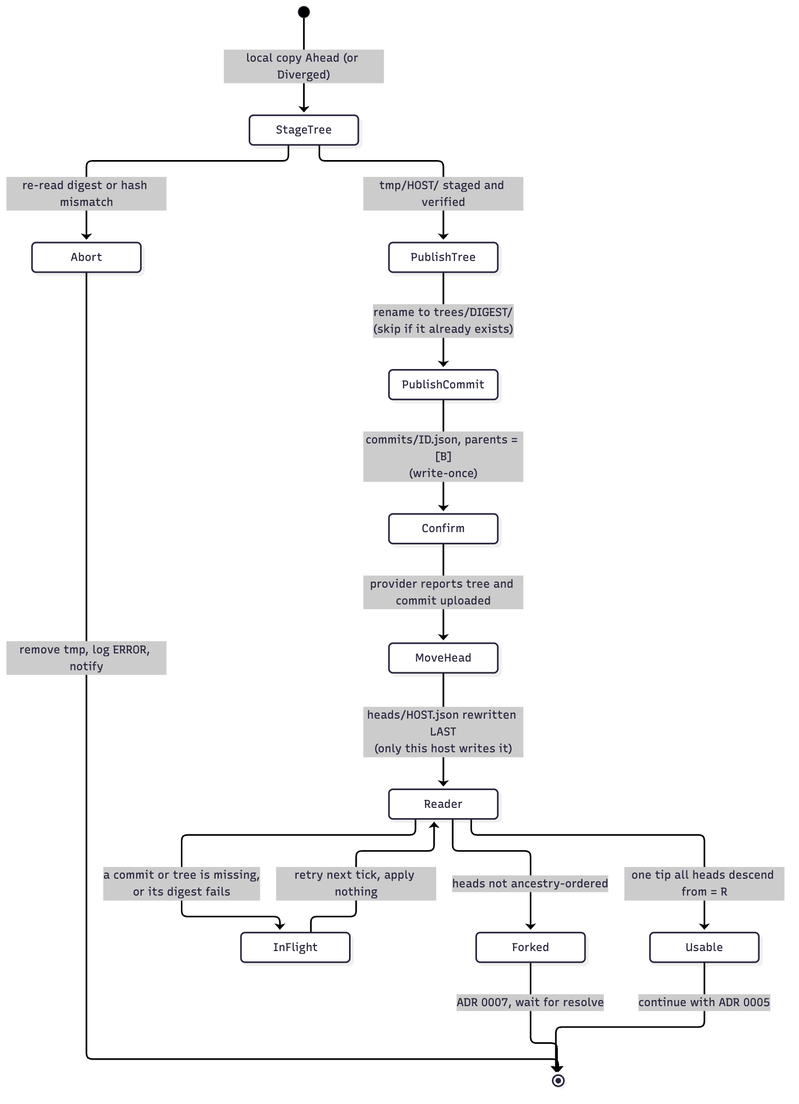
The Mermaid diagram docs/adr/store-write.png in csmarshall/mac-streamdeck-sync, before a commit. Its source is kept beside it as docs/adr/store-write.mmd.
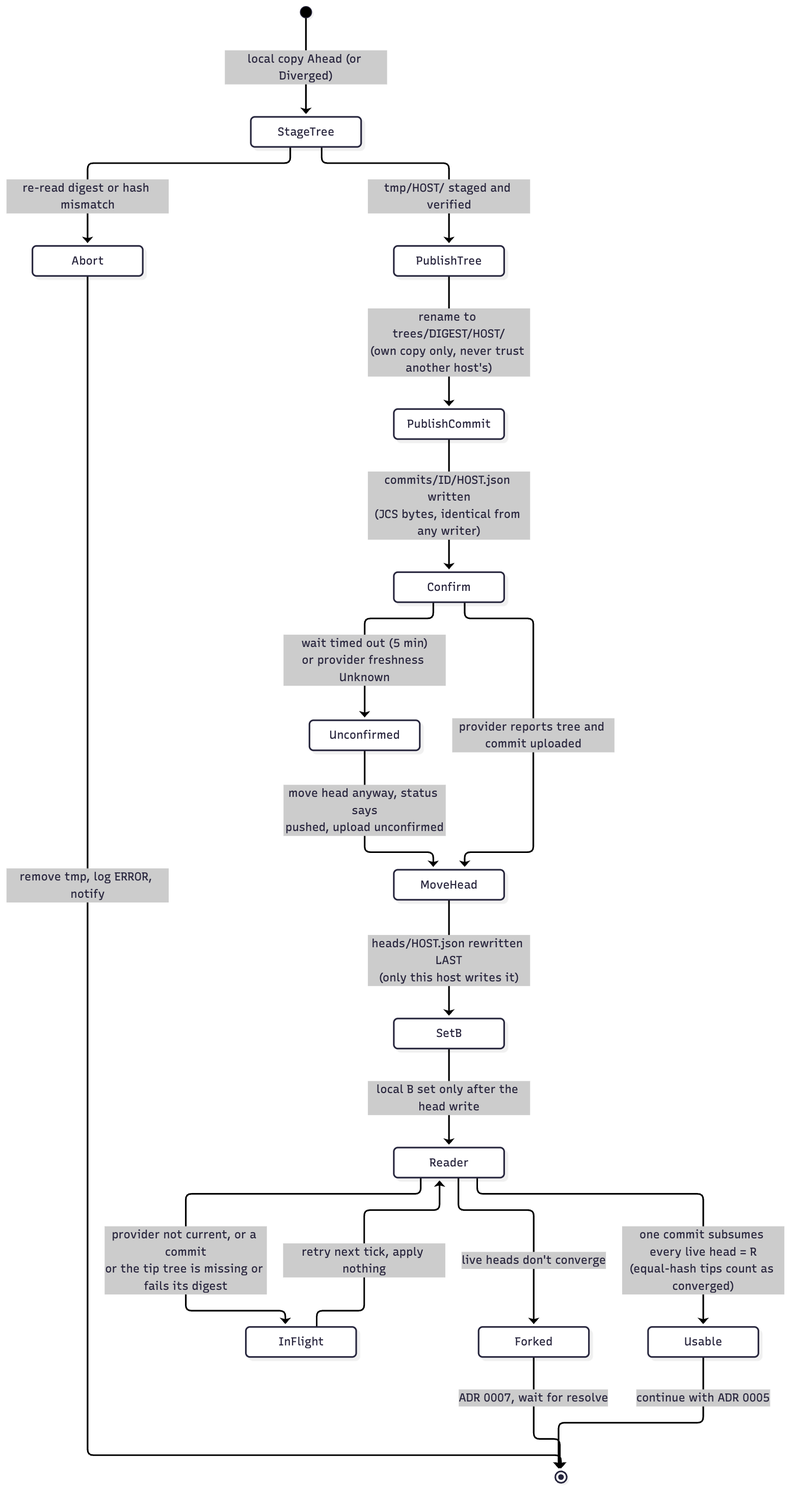
Later version of the same file.

The edit, as a diff of the source:
```diff
@@ -3,14 +3,17 @@
     [*] --> StageTree: local copy Ahead (or Diverged)
     StageTree --> Abort: re-read digest or hash mismatch
     StageTree --> PublishTree: tmp/HOST/ staged and verified
-    PublishTree --> PublishCommit: rename to trees/DIGEST/<br/>(skip if it already exists)
-    PublishCommit --> Confirm: commits/ID.json, parents = [B]<br/>(write-once)
+    PublishTree --> PublishCommit: rename to trees/DIGEST/HOST/<br/>(own copy only, never trust another host's)
+    PublishCommit --> Confirm: commits/ID/HOST.json written<br/>(JCS bytes, identical from any writer)
+    Confirm --> Unconfirmed: wait timed out (5 min)<br/>or provider freshness Unknown
     Confirm --> MoveHead: provider reports tree and commit uploaded
-    MoveHead --> Reader: heads/HOST.json rewritten LAST<br/>(only this host writes it)
+    Unconfirmed --> MoveHead: move head anyway, status says<br/>pushed, upload unconfirmed
+    MoveHead --> SetB: heads/HOST.json rewritten LAST<br/>(only this host writes it)
+    SetB --> Reader: local B set only after the head write
     Abort --> [*]: remove tmp, log ERROR, notify
-    Reader --> InFlight: a commit or tree is missing,<br/>or its digest fails
-    Reader --> Forked: heads not ancestry-ordered
-    Reader --> Usable: one tip all heads descend from = R
+    Reader --> InFlight: provider not current, or a commit<br/>or the tip tree is missing or fails its digest
+    Reader --> Forked: live heads don't converge
+    Reader --> Usable: one commit subsumes every live head = R<br/>(equal-hash tips count as converged)
     InFlight --> Reader: retry next tick, apply nothing
     Forked --> [*]: ADR 0007, wait for resolve
     Usable --> [*]: continue with ADR 0005
```
